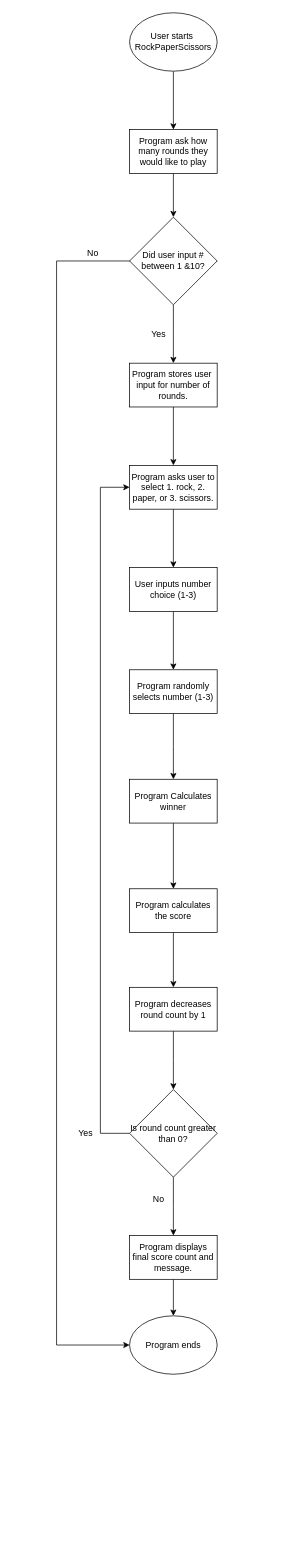
Earlier version of the draw.io diagram Untitled Diagram (2).drawio (YinkaOye/Gen10WebDev). Source tidied: cells renumbered, new cells numbered last; positions are measured from the earlier drawing's top-left corner, leaving out a move shared by most shapes. Both pictures are drawn from the tidied source at 73%, with x=0, y=0 at pixel (56, 12).
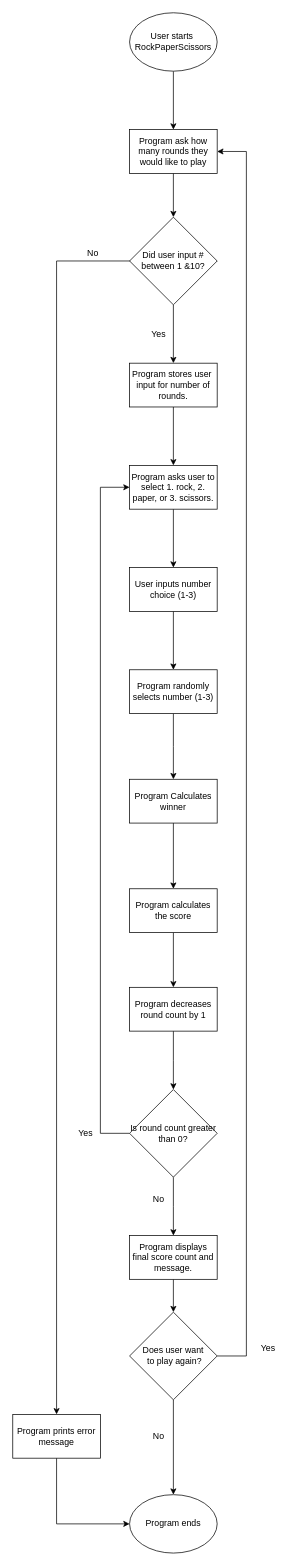
Above is the later version.

Unchanged cells that the change refers to:
```xml
<mxCell id="5" value="Program ask how many rounds they would like to play" style="rounded=0;whiteSpace=wrap;html=1;" parent="1" vertex="1">
  <mxGeometry x="100" y="160" width="120" height="60" as="geometry" />
</mxCell>
<mxCell id="8" value="Did user input # between 1 &amp;amp;10?" style="rhombus;whiteSpace=wrap;html=1;" parent="1" vertex="1">
  <mxGeometry x="100" y="280" width="120" height="120" as="geometry" />
</mxCell>
<mxCell id="26" value="Program displays final score count and message." style="rounded=0;whiteSpace=wrap;html=1;" parent="1" vertex="1">
  <mxGeometry x="100" y="1675" width="120" height="60" as="geometry" />
</mxCell>
```

What changed in the source:
```diff
@@
-    <mxCell id="7" style="edgeStyle=orthogonalEdgeStyle;rounded=0;jettySize=auto;html=1;exitX=1;exitY=0.5;exitDx=0;exitDy=0;entryX=0;entryY=0.5;entryDx=0;entryDy=0;" parent="1" edge="1" source="8" target="27">
+    <mxCell id="7" style="edgeStyle=orthogonalEdgeStyle;rounded=0;jettySize=auto;html=1;exitX=1;exitY=0.5;exitDx=0;exitDy=0;entryX=0.5;entryY=0;entryDx=0;entryDy=0;" parent="1" edge="1" source="8" target="39">
       <mxGeometry relative="1" as="geometry">
         <Array as="points">
           <mxPoint y="340" />
-          <mxPoint y="1825" />
         </Array>
       </mxGeometry>
     </mxCell>
@@
-    <mxCell id="25" style="edgeStyle=orthogonalEdgeStyle;rounded=0;jettySize=auto;html=1;exitX=0.5;exitY=1;exitDx=0;exitDy=0;" parent="1" edge="1" source="26" target="27">
+    <mxCell id="25" style="edgeStyle=orthogonalEdgeStyle;rounded=0;jettySize=auto;html=1;exitX=0.5;exitY=1;exitDx=0;exitDy=0;entryX=0.5;entryY=0;entryDx=0;entryDy=0;" parent="1" edge="1" source="26" target="35">
       <mxGeometry relative="1" as="geometry" />
     </mxCell>
@@
     <mxCell id="27" value="Program ends" style="ellipse;whiteSpace=wrap;html=1;" parent="1" vertex="1">
-      <mxGeometry x="100" y="1785" width="120" height="80" as="geometry" />
+      <mxGeometry x="100" y="2030" width="120" height="80" as="geometry" />
     </mxCell>
@@
+    <mxCell id="33" style="edgeStyle=orthogonalEdgeStyle;rounded=0;jettySize=auto;html=1;" parent="1" edge="1" source="35" target="27">
+      <mxGeometry relative="1" as="geometry" />
+    </mxCell>
+    <mxCell id="34" style="edgeStyle=orthogonalEdgeStyle;rounded=0;jettySize=auto;html=1;exitX=1;exitY=0.5;exitDx=0;exitDy=0;entryX=1;entryY=0.5;entryDx=0;entryDy=0;" parent="1" edge="1" source="35" target="5">
+      <mxGeometry relative="1" as="geometry">
+        <Array as="points">
+          <mxPoint x="260" y="1840" />
+          <mxPoint x="260" y="190" />
+        </Array>
+      </mxGeometry>
+    </mxCell>
+    <mxCell id="35" value="Does user want&lt;br&gt;&amp;nbsp;to play again?" style="rhombus;whiteSpace=wrap;html=1;" parent="1" vertex="1">
+      <mxGeometry x="100" y="1780" width="120" height="120" as="geometry" />
+    </mxCell>
+    <mxCell id="36" value="No&lt;br&gt;" style="text;html=1;strokeColor=none;fillColor=none;align=center;verticalAlign=middle;whiteSpace=wrap;rounded=0;" parent="1" vertex="1">
+      <mxGeometry x="120" y="1940" width="40" height="20" as="geometry" />
+    </mxCell>
+    <mxCell id="37" value="Yes&lt;br&gt;" style="text;html=1;strokeColor=none;fillColor=none;align=center;verticalAlign=middle;whiteSpace=wrap;rounded=0;" parent="1" vertex="1">
+      <mxGeometry x="270" y="1820" width="40" height="20" as="geometry" />
+    </mxCell>
+    <mxCell id="38" style="edgeStyle=orthogonalEdgeStyle;rounded=0;jettySize=auto;html=1;entryX=0;entryY=0.5;entryDx=0;entryDy=0;exitX=0.5;exitY=1;exitDx=0;exitDy=0;" parent="1" edge="1" source="39" target="27">
+      <mxGeometry relative="1" as="geometry" />
+    </mxCell>
+    <mxCell id="39" value="Program prints error message" style="rounded=0;whiteSpace=wrap;html=1;" parent="1" vertex="1">
+      <mxGeometry x="-60" y="1920" width="120" height="60" as="geometry" />
+    </mxCell>
```
